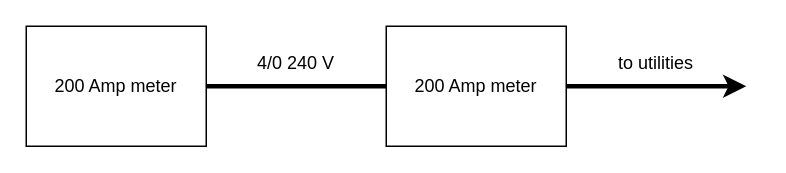
calbaker/vector_graphics keeps this draw.io diagram as electrical panel.drawio. Above is the earlier version. Source tidied: cells renumbered, new cells numbered last; positions are measured from the earlier drawing's top-left corner, leaving out a move shared by most shapes. Both pictures are drawn from the tidied source at 150%, with x=0, y=0 at pixel (26, 26).
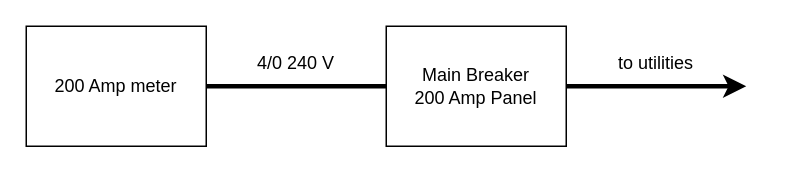
The same diagram, later.

What changed in the source:
```diff
@@
 <mxGraphModel>
   <root>
     <mxCell id="0" />
     <mxCell id="1" parent="0" />
     <mxCell id="2" value="200 Amp meter" style="rounded=0;whiteSpace=wrap;html=1;" parent="1" vertex="1">
       <mxGeometry width="120" height="80" as="geometry" />
     </mxCell>
-    <mxCell id="3" value="200 Amp meter" style="rounded=0;whiteSpace=wrap;html=1;" parent="1" vertex="1">
+    <mxCell id="3" value="&lt;div&gt;Main Breaker&lt;/div&gt;&lt;div&gt;200 Amp Panel&lt;br&gt;&lt;/div&gt;" style="rounded=0;whiteSpace=wrap;html=1;" parent="1" vertex="1">
       <mxGeometry x="240" width="120" height="80" as="geometry" />
     </mxCell>
     <mxCell id="4" style="endArrow=none;html=1;rounded=0;exitX=1;exitY=0.5;exitDx=0;exitDy=0;entryX=0;entryY=0.5;entryDx=0;entryDy=0;strokeWidth=3;" parent="1" edge="1" source="2" target="3">
       <mxGeometry relative="1" as="geometry" />
     </mxCell>
     <mxCell id="5" value="4/0 240 V" style="text;html=1;align=center;verticalAlign=middle;whiteSpace=wrap;rounded=0;" parent="1" vertex="1">
       <mxGeometry x="150" y="10" width="60" height="30" as="geometry" />
     </mxCell>
     <mxCell id="6" style="endArrow=classic;html=1;rounded=0;exitX=1;exitY=0.5;exitDx=0;exitDy=0;strokeWidth=3;" parent="1" edge="1" source="3">
       <mxGeometry relative="1" as="geometry">
         <mxPoint x="480" y="40" as="targetPoint" />
       </mxGeometry>
     </mxCell>
     <mxCell id="7" value="to utilities" style="text;html=1;align=center;verticalAlign=middle;whiteSpace=wrap;rounded=0;" parent="1" vertex="1">
       <mxGeometry x="390" y="10" width="60" height="30" as="geometry" />
     </mxCell>
   </root>
 </mxGraphModel>
```
